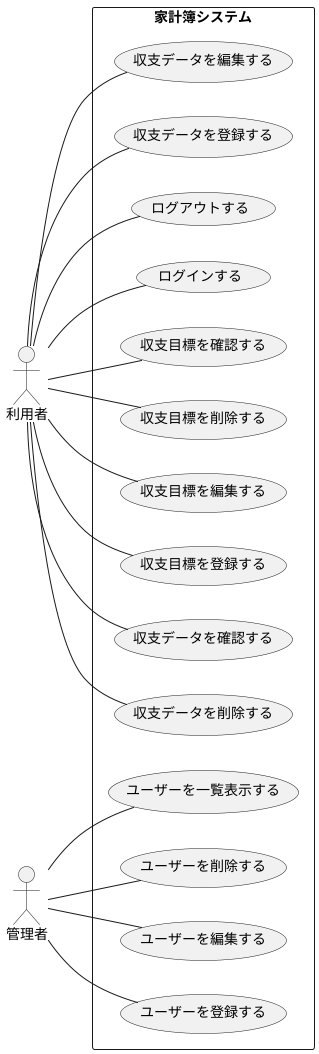
mariko-noda/mariko-noda-educure-app keeps this PlantUML diagram as 6-1/ユースケース図.png. Above is the earlier version.
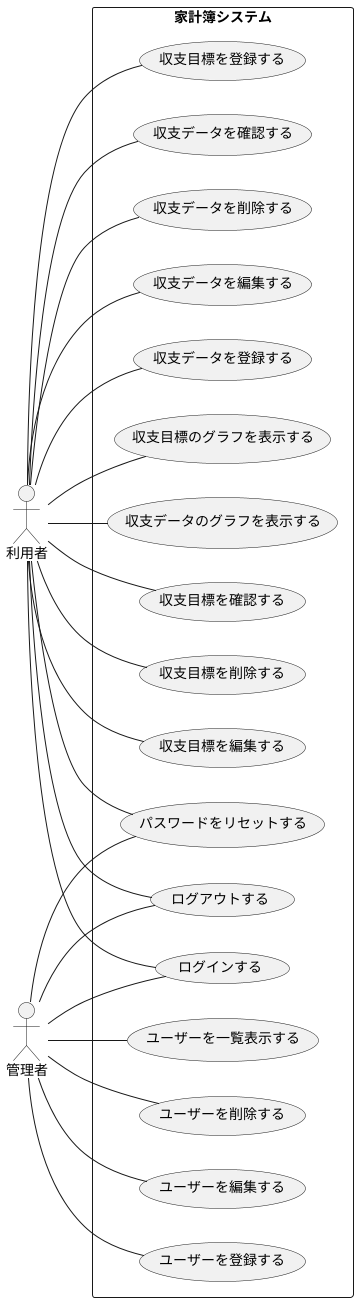
After the commit.

Change to the diagram source:
```diff
@@ -6,6 +6,7 @@
 rectangle 家計簿システム {
   利用者 -- (ログインする)
   利用者 -- (ログアウトする)
+  利用者 -- (パスワードをリセットする)
   利用者 -- (収支データを登録する)
   利用者 -- (収支データを編集する)
   利用者 -- (収支データを削除する)
@@ -14,7 +15,12 @@
   利用者 -- (収支目標を編集する)
   利用者 -- (収支目標を削除する)
   利用者 -- (収支目標を確認する)
+  利用者 -- (収支データのグラフを表示する)
+  利用者 -- (収支目標のグラフを表示する)
 
+  管理者 -- (ログインする)
+  管理者 -- (ログアウトする)
+  管理者 -- (パスワードをリセットする)
   管理者 -- (ユーザーを登録する)
   管理者 -- (ユーザーを編集する)
   管理者 -- (ユーザーを削除する)
```
